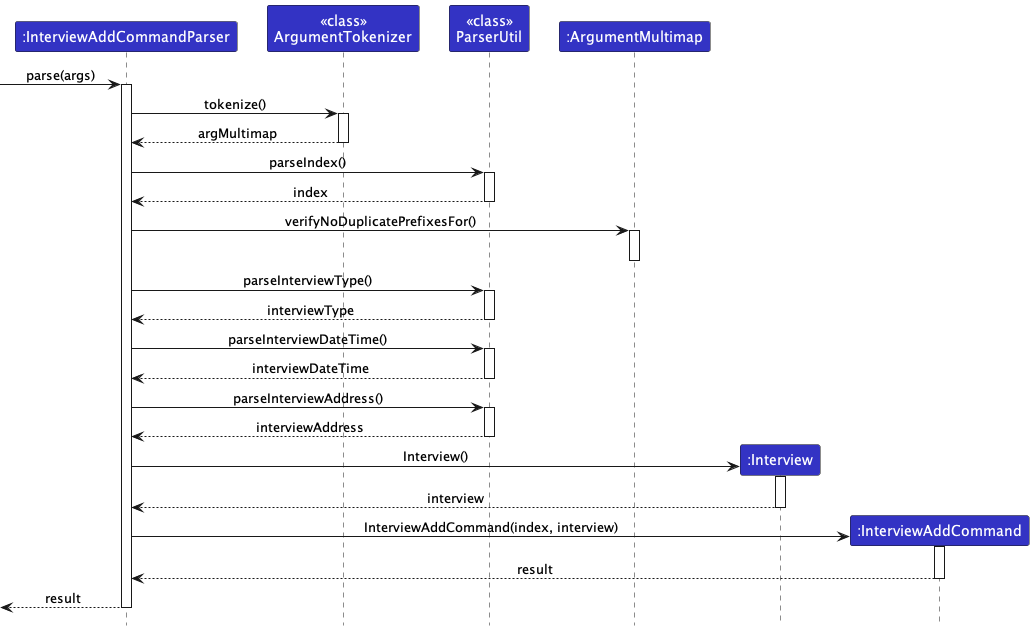
This is docs/images/developer-guide/InterviewAddCommandParserSequenceDiagram.png from nus-cs2103-AY2324S1/tp, a PlantUML export, as it was before one commit. Its diagram source:
```plantuml
@startuml
!include ../style.puml
skinparam ArrowFontStyle plain

Participant ":InterviewAddCommandParser" as iacp LOGIC_COLOR
Participant "<<class>>\nArgumentTokenizer" as at LOGIC_COLOR
Participant "<<class>>\nParserUtil" as pu LOGIC_COLOR
Participant ":ArgumentMultimap" as am LOGIC_COLOR
Participant ":Interview" as i LOGIC_COLOR
Participant ":InterviewAddCommand" as iac LOGIC_COLOR

[-> iacp ++: parse(args)
iacp -> at ++: tokenize()
at --> iacp --: argMultimap

iacp -> pu ++: parseIndex()
pu --> iacp --: index

iacp -> am ++: verifyNoDuplicatePrefixesFor()
deactivate am

iacp -> pu ++: parseInterviewType()
pu --> iacp --: interviewType

iacp -> pu ++: parseInterviewDateTime()
pu --> iacp --: interviewDateTime

iacp -> pu ++: parseInterviewAddress()
pu --> iacp --: interviewAddress

create i
iacp -> i ++: Interview()
i --> iacp --: interview

create iac
iacp -> iac ++: InterviewAddCommand(index, interview)
iac --> iacp --: result
iacp -->[ --: result

@enduml
```
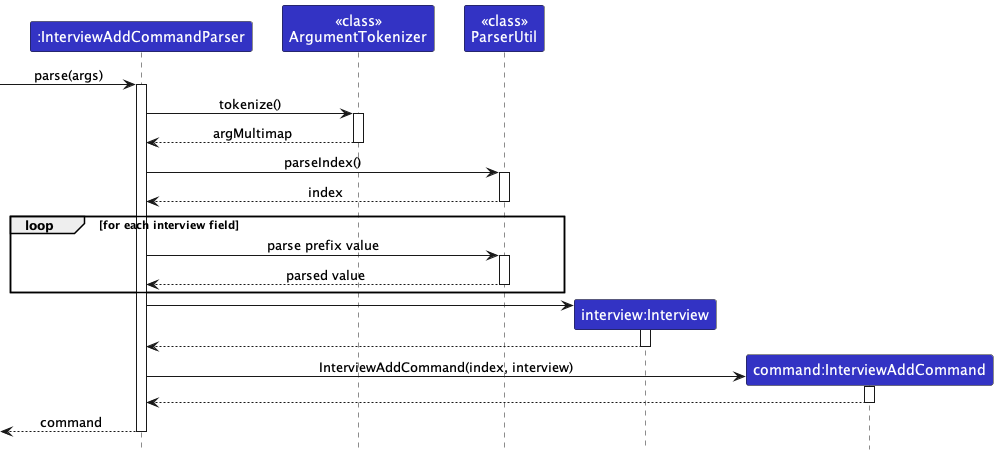
Above is the later version.

Diff of the diagram source:
```diff
@@ -5,9 +5,8 @@
 Participant ":InterviewAddCommandParser" as iacp LOGIC_COLOR
 Participant "<<class>>\nArgumentTokenizer" as at LOGIC_COLOR
 Participant "<<class>>\nParserUtil" as pu LOGIC_COLOR
-Participant ":ArgumentMultimap" as am LOGIC_COLOR
-Participant ":Interview" as i LOGIC_COLOR
-Participant ":InterviewAddCommand" as iac LOGIC_COLOR
+Participant "interview:Interview" as i LOGIC_COLOR
+Participant "command:InterviewAddCommand" as iac LOGIC_COLOR
 
 [-> iacp ++: parse(args)
 iacp -> at ++: tokenize()
@@ -16,25 +15,18 @@
 iacp -> pu ++: parseIndex()
 pu --> iacp --: index
 
-iacp -> am ++: verifyNoDuplicatePrefixesFor()
-deactivate am
-
-iacp -> pu ++: parseInterviewType()
-pu --> iacp --: interviewType
-
-iacp -> pu ++: parseInterviewDateTime()
-pu --> iacp --: interviewDateTime
-
-iacp -> pu ++: parseInterviewAddress()
-pu --> iacp --: interviewAddress
+loop for each interview field
+    iacp -> pu ++: parse prefix value
+    pu --> iacp --: parsed value
+end loop
 
 create i
-iacp -> i ++: Interview()
-i --> iacp --: interview
+iacp -> i ++:
+i --> iacp --
 
 create iac
 iacp -> iac ++: InterviewAddCommand(index, interview)
-iac --> iacp --: result
-iacp -->[ --: result
+iac --> iacp --
+iacp -->[ --: command
 
 @enduml
```
